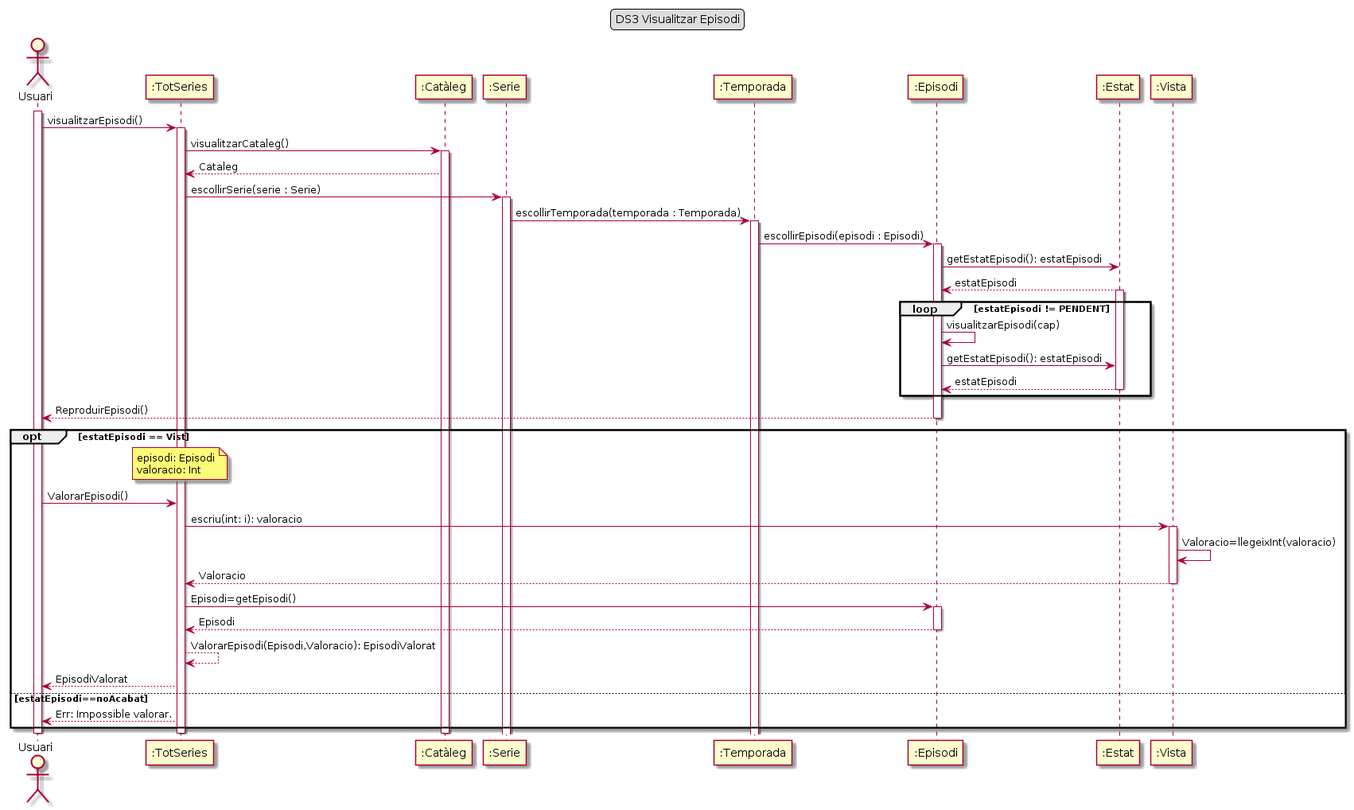
Earlier version of the PlantUML export Lab4/DS/DS3 Visualitzar Capitol.png (Ralleg314/DS).
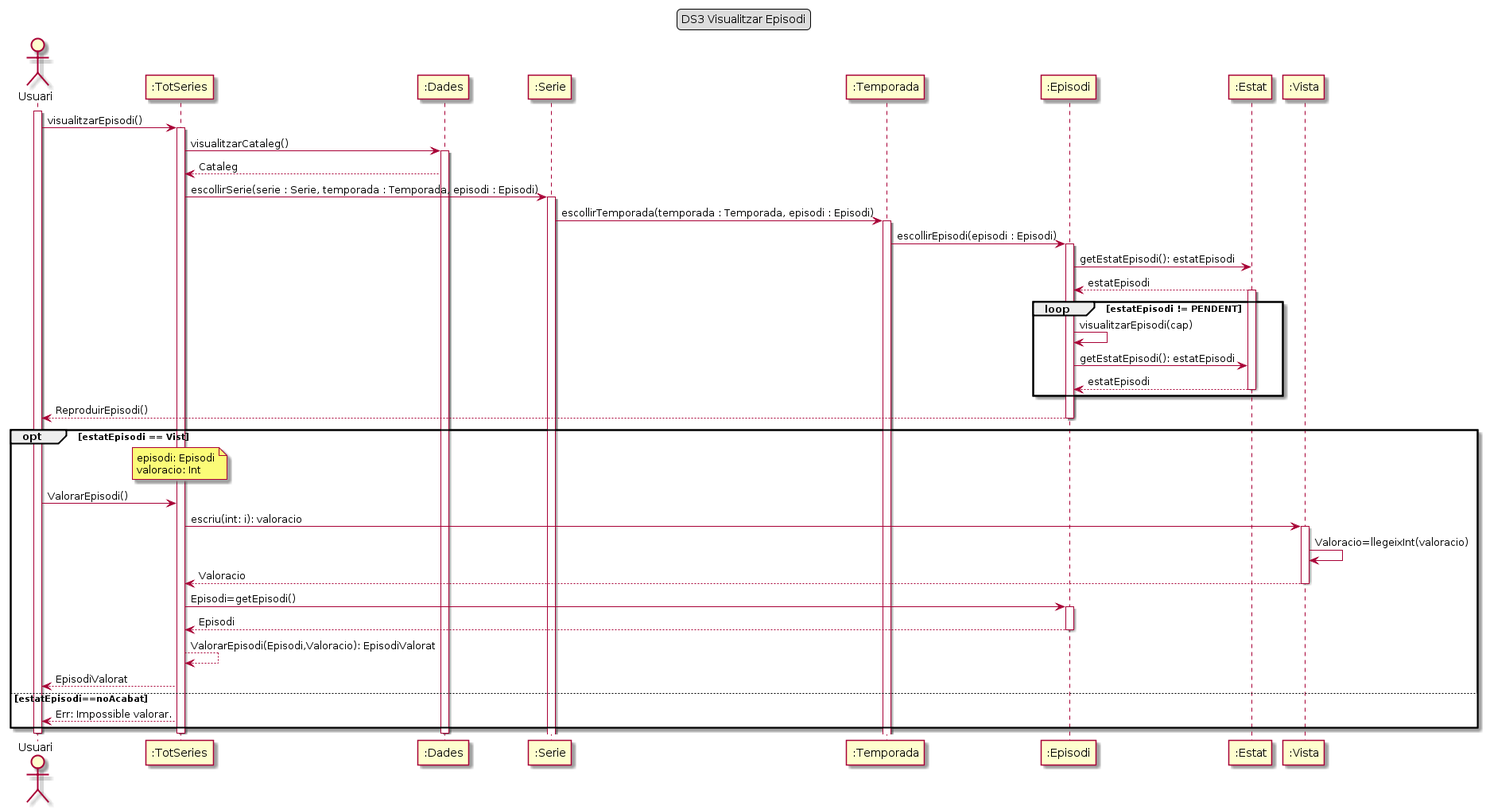
Above is the later version.

The edit, as a diff of the source:
```diff
@@ -7,7 +7,7 @@
 activate usuari
 
 participant ":TotSeries" as TS
-participant ":Catàleg" as cataleg
+participant ":Dades" as dades
 participant ":Serie" as serie
 participant ":Temporada" as temp
 participant ":Episodi" as cap
@@ -16,12 +16,12 @@
 
 usuari ->TS: visualitzarEpisodi()
 activate TS
-TS -> cataleg: visualitzarCataleg()
-activate cataleg
-cataleg --> TS : Cataleg
-TS -> serie: escollirSerie(serie : Serie)
+TS -> dades: visualitzarCataleg()
+activate dades
+dades --> TS : Cataleg
+TS -> serie: escollirSerie(serie : Serie, temporada : Temporada, episodi : Episodi)
 activate serie
-serie->temp: escollirTemporada(temporada : Temporada)
+serie->temp: escollirTemporada(temporada : Temporada, episodi : Episodi)
 activate temp
 temp->cap: escollirEpisodi(episodi : Episodi)
 activate cap
@@ -59,7 +59,7 @@
 else estatEpisodi==noAcabat
 TS --> usuari: Err: Impossible valorar.
 end
-deactivate cataleg
+deactivate dades
 deactivate TS
 deactivate usuari
 @enduml
```
